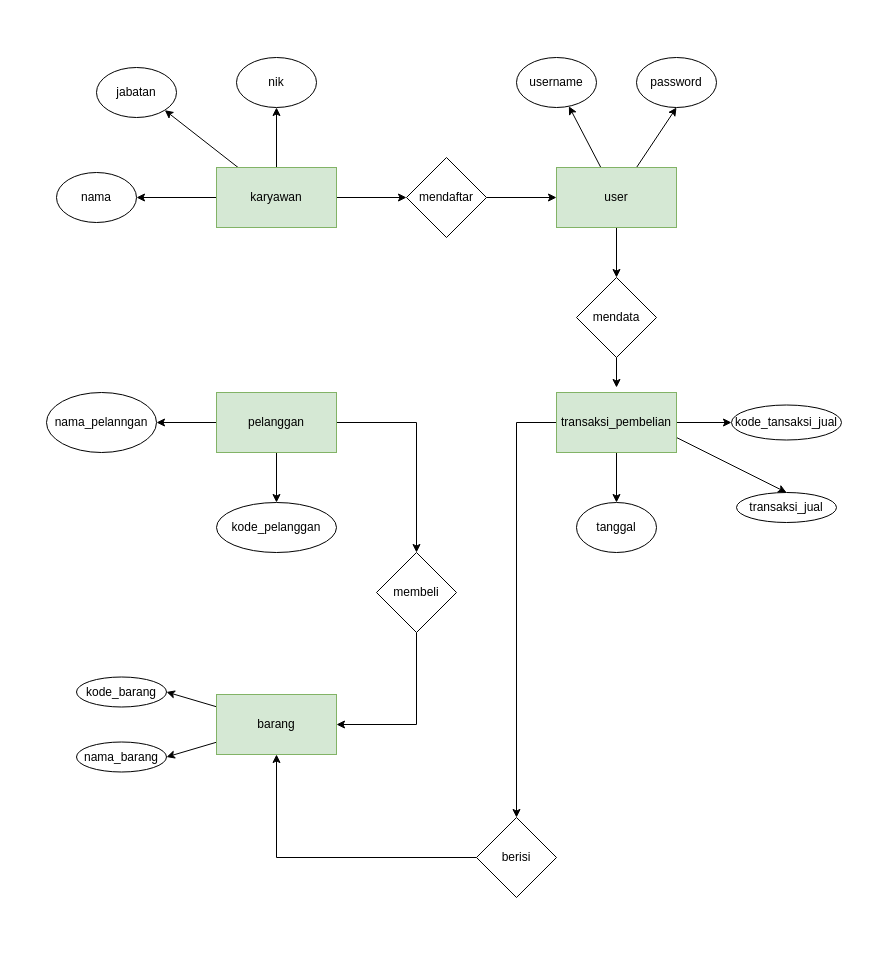
abdulr123/sistembasisdata keeps this draw.io diagram as Untitled Diagram.drawio. Above is the earlier version. Source tidied: cells renumbered, new cells numbered last; positions are measured from the earlier drawing's top-left corner, leaving out a move shared by most shapes. Both pictures are drawn from the tidied source at 100%, with x=0, y=0 at pixel (46, 57).
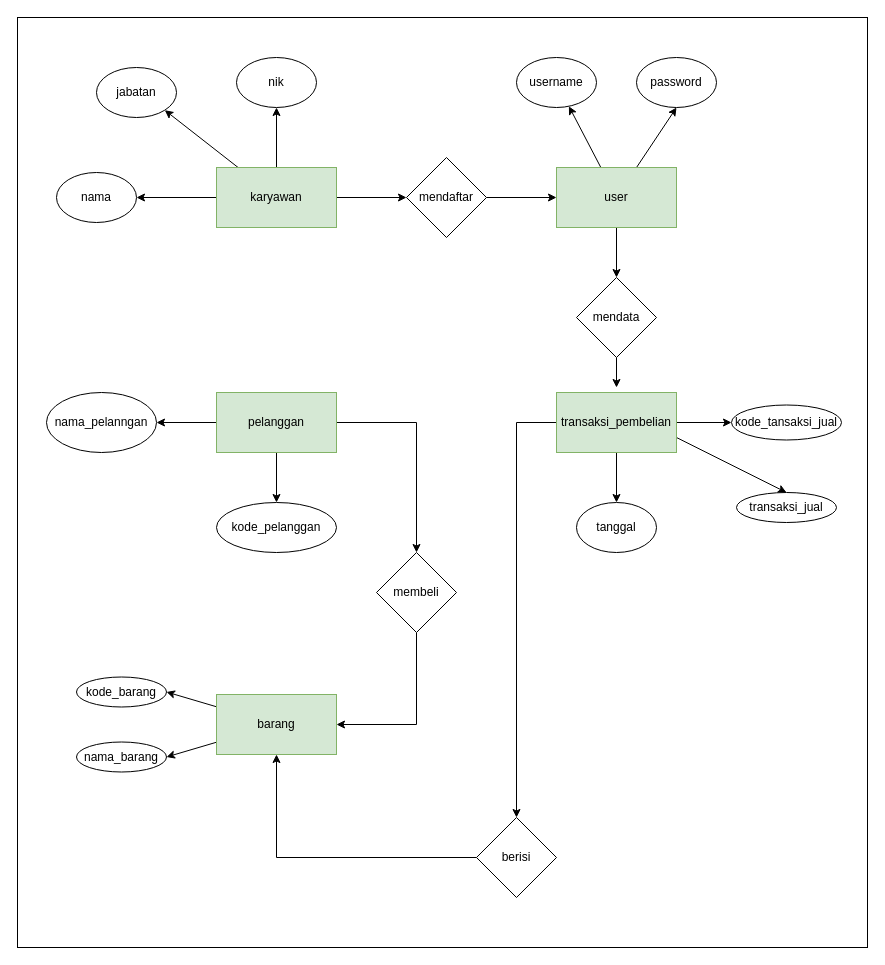
After the change.

Diff of the diagram source:
```diff
@@
+    <mxCell id="43" style="rounded=0;whiteSpace=wrap;html=1;" parent="1" vertex="1">
+      <mxGeometry x="-29" y="-40" width="850" height="930" as="geometry" />
+    </mxCell>
```
